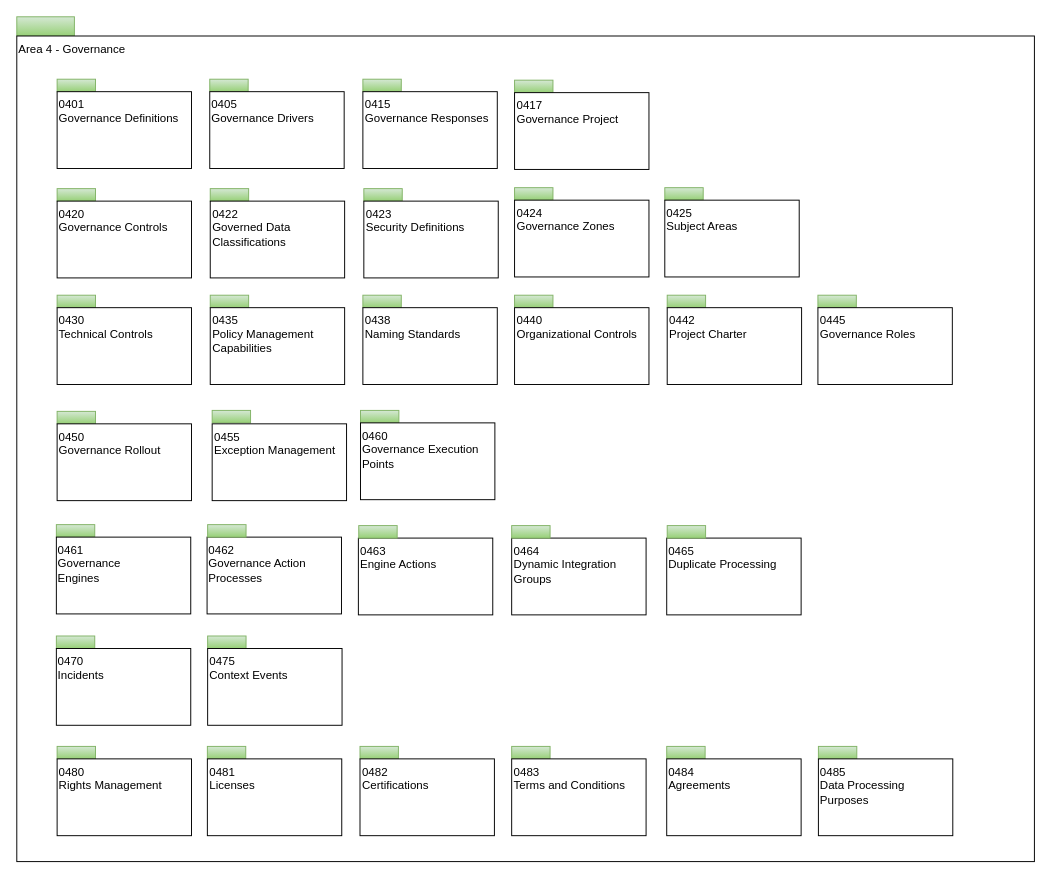
Before: page "overview" (1 of 30) of site/docs/types/4/area-4-governance.drawio in odpi/egeria-docs, a draw.io diagram. Source tidied: cells renumbered, new cells numbered last; positions are measured from the earlier drawing's top-left corner, leaving out a move shared by most shapes. Both pictures are drawn from the tidied source at 96%, with x=0, y=0 at pixel (16, 16).
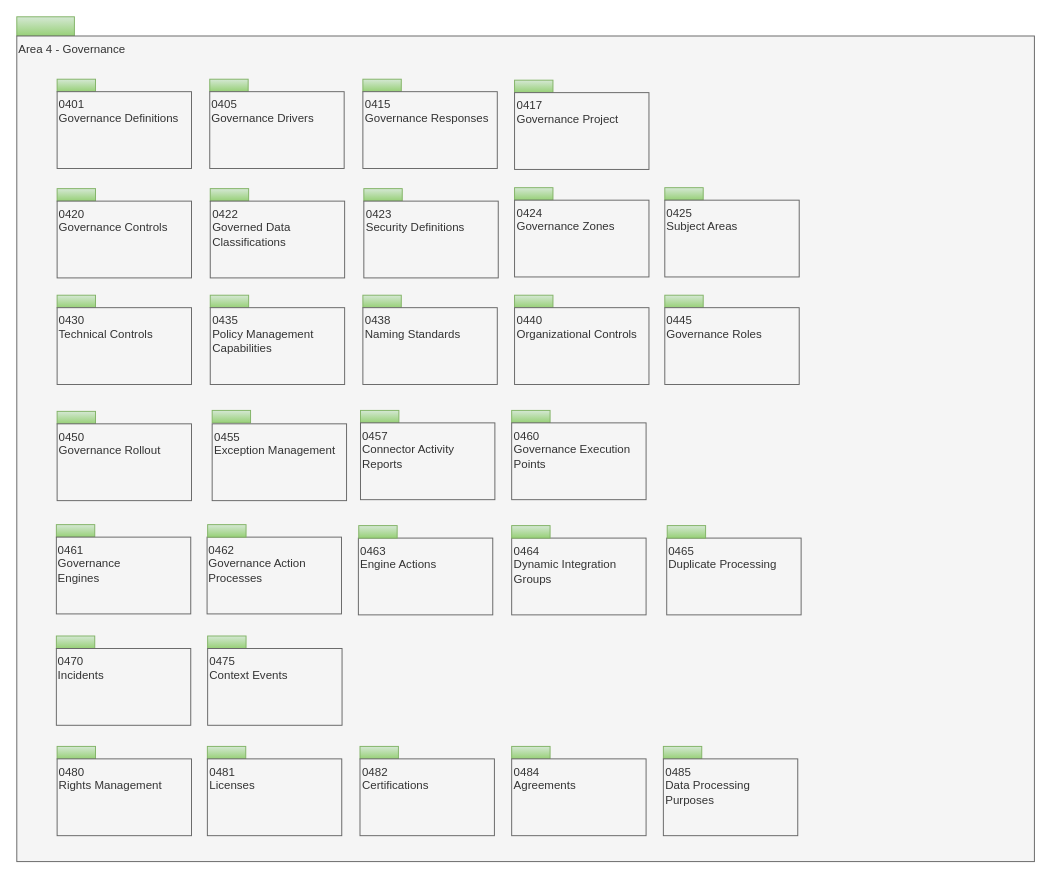
The same page after the edit.

Change to the diagram source:
```diff
@@
-    <mxCell id="3" value="Area 4 - Governance" style="rounded=0;whiteSpace=wrap;html=1;align=left;verticalAlign=top;" parent="1" vertex="1">
+    <mxCell id="3" value="Area 4 - Governance" style="rounded=0;whiteSpace=wrap;html=1;align=left;verticalAlign=top;fillColor=#f5f5f5;fontColor=#333333;strokeColor=#666666;" parent="1" vertex="1">
       <mxGeometry y="20" width="1060" height="860" as="geometry" />
     </mxCell>
@@
-    <mxCell id="5" value="0401&lt;br&gt;Governance Definitions&lt;br&gt;" style="rounded=0;whiteSpace=wrap;html=1;align=left;verticalAlign=top;" parent="1" vertex="1">
+    <mxCell id="5" value="0401&lt;br&gt;Governance Definitions&lt;br&gt;" style="rounded=0;whiteSpace=wrap;html=1;align=left;verticalAlign=top;fillColor=#f5f5f5;fontColor=#333333;strokeColor=#666666;" parent="1" vertex="1">
       <mxGeometry x="42" y="78" width="140" height="80" as="geometry" />
     </mxCell>
@@
-    <mxCell id="7" value="0405&lt;br&gt;Governance Drivers" style="rounded=0;whiteSpace=wrap;html=1;align=left;verticalAlign=top;" parent="1" vertex="1">
+    <mxCell id="7" value="0405&lt;br&gt;Governance Drivers" style="rounded=0;whiteSpace=wrap;html=1;align=left;verticalAlign=top;fillColor=#f5f5f5;fontColor=#333333;strokeColor=#666666;" parent="1" vertex="1">
       <mxGeometry x="201" y="78" width="140" height="80" as="geometry" />
     </mxCell>
@@
-    <mxCell id="9" value="0415&lt;br&gt;Governance Responses&lt;br&gt;" style="rounded=0;whiteSpace=wrap;html=1;align=left;verticalAlign=top;" parent="1" vertex="1">
+    <mxCell id="9" value="0415&lt;br&gt;Governance Responses&lt;br&gt;" style="rounded=0;whiteSpace=wrap;html=1;align=left;verticalAlign=top;fillColor=#f5f5f5;fontColor=#333333;strokeColor=#666666;" parent="1" vertex="1">
       <mxGeometry x="360.5" y="78" width="140" height="80" as="geometry" />
     </mxCell>
@@
-    <mxCell id="11" value="0417&lt;br&gt;Governance Project&lt;br&gt;" style="rounded=0;whiteSpace=wrap;html=1;align=left;verticalAlign=top;" parent="1" vertex="1">
+    <mxCell id="11" value="0417&lt;br&gt;Governance Project&lt;br&gt;" style="rounded=0;whiteSpace=wrap;html=1;align=left;verticalAlign=top;fillColor=#f5f5f5;fontColor=#333333;strokeColor=#666666;" parent="1" vertex="1">
       <mxGeometry x="518.5" y="79" width="140" height="80" as="geometry" />
     </mxCell>
@@
-    <mxCell id="13" value="0420&lt;br&gt;Governance Controls&lt;br&gt;" style="rounded=0;whiteSpace=wrap;html=1;align=left;verticalAlign=top;" parent="1" vertex="1">
+    <mxCell id="13" value="0420&lt;br&gt;Governance Controls&lt;br&gt;" style="rounded=0;whiteSpace=wrap;html=1;align=left;verticalAlign=top;fillColor=#f5f5f5;fontColor=#333333;strokeColor=#666666;" parent="1" vertex="1">
       <mxGeometry x="42" y="192" width="140" height="80" as="geometry" />
     </mxCell>
@@
-    <mxCell id="15" value="0423&lt;br&gt;Security Definitions" style="rounded=0;whiteSpace=wrap;html=1;align=left;verticalAlign=top;" parent="1" vertex="1">
+    <mxCell id="15" value="0423&lt;br&gt;Security Definitions" style="rounded=0;whiteSpace=wrap;html=1;align=left;verticalAlign=top;fillColor=#f5f5f5;fontColor=#333333;strokeColor=#666666;" parent="1" vertex="1">
       <mxGeometry x="361.5" y="192" width="140" height="80" as="geometry" />
     </mxCell>
-    <mxCell id="16" style="rounded=0;whiteSpace=wrap;html=1;align=left;fillColor=#d5e8d4;strokeColor=#82b366;gradientColor=#97d077;" parent="1" vertex="1">
-      <mxGeometry x="677.5" y="290" width="40" height="13" as="geometry" />
-    </mxCell>
-    <mxCell id="17" value="0442&lt;br&gt;Project Charter&lt;br&gt;" style="rounded=0;whiteSpace=wrap;html=1;align=left;verticalAlign=top;" parent="1" vertex="1">
-      <mxGeometry x="677.5" y="303" width="140" height="80" as="geometry" />
-    </mxCell>
@@
-    <mxCell id="19" value="0450&lt;br&gt;Governance Rollout&lt;br&gt;" style="rounded=0;whiteSpace=wrap;html=1;align=left;verticalAlign=top;" parent="1" vertex="1">
+    <mxCell id="19" value="0450&lt;br&gt;Governance Rollout&lt;br&gt;" style="rounded=0;whiteSpace=wrap;html=1;align=left;verticalAlign=top;fillColor=#f5f5f5;fontColor=#333333;strokeColor=#666666;" parent="1" vertex="1">
       <mxGeometry x="42" y="424" width="140" height="80" as="geometry" />
     </mxCell>
@@
-    <mxCell id="21" value="0455&lt;br&gt;Exception Management&lt;br&gt;" style="rounded=0;whiteSpace=wrap;html=1;align=left;verticalAlign=top;" parent="1" vertex="1">
+    <mxCell id="21" value="0455&lt;br&gt;Exception Management&lt;br&gt;" style="rounded=0;whiteSpace=wrap;html=1;align=left;verticalAlign=top;fillColor=#f5f5f5;fontColor=#333333;strokeColor=#666666;" parent="1" vertex="1">
       <mxGeometry x="203.5" y="424" width="140" height="80" as="geometry" />
     </mxCell>
@@
-    <mxCell id="23" value="0460&lt;br&gt;Governance Execution&lt;br&gt;Points" style="rounded=0;whiteSpace=wrap;html=1;align=left;verticalAlign=top;" parent="1" vertex="1">
+    <mxCell id="23" value="0457&lt;br&gt;Connector Activity Reports" style="rounded=0;whiteSpace=wrap;html=1;align=left;verticalAlign=top;fillColor=#f5f5f5;fontColor=#333333;strokeColor=#666666;" parent="1" vertex="1">
       <mxGeometry x="358" y="423" width="140" height="80" as="geometry" />
     </mxCell>
     <mxCell id="24" style="rounded=0;whiteSpace=wrap;html=1;align=left;fillColor=#d5e8d4;strokeColor=#82b366;gradientColor=#97d077;" parent="1" vertex="1">
-      <mxGeometry x="834.5" y="290" width="40" height="13" as="geometry" />
+      <mxGeometry x="675" y="290" width="40" height="13" as="geometry" />
     </mxCell>
-    <mxCell id="25" value="0445&lt;br&gt;Governance Roles&lt;br&gt;" style="rounded=0;whiteSpace=wrap;html=1;align=left;verticalAlign=top;" parent="1" vertex="1">
-      <mxGeometry x="834.5" y="303" width="140" height="80" as="geometry" />
+    <mxCell id="25" value="0445&lt;br&gt;Governance Roles&lt;br&gt;" style="rounded=0;whiteSpace=wrap;html=1;align=left;verticalAlign=top;fillColor=#f5f5f5;fontColor=#333333;strokeColor=#666666;" parent="1" vertex="1">
+      <mxGeometry x="675" y="303" width="140" height="80" as="geometry" />
     </mxCell>
@@
-    <mxCell id="27" value="0480&lt;br&gt;Rights Management&lt;br&gt;" style="rounded=0;whiteSpace=wrap;html=1;align=left;verticalAlign=top;" parent="1" vertex="1">
+    <mxCell id="27" value="0480&lt;br&gt;Rights Management&lt;br&gt;" style="rounded=0;whiteSpace=wrap;html=1;align=left;verticalAlign=top;fillColor=#f5f5f5;fontColor=#333333;strokeColor=#666666;" parent="1" vertex="1">
       <mxGeometry x="42" y="773" width="140" height="80" as="geometry" />
     </mxCell>
@@
-    <mxCell id="29" value="0481&lt;br&gt;Licenses&lt;br&gt;" style="rounded=0;whiteSpace=wrap;html=1;align=left;verticalAlign=top;" parent="1" vertex="1">
+    <mxCell id="29" value="0481&lt;br&gt;Licenses&lt;br&gt;" style="rounded=0;whiteSpace=wrap;html=1;align=left;verticalAlign=top;fillColor=#f5f5f5;fontColor=#333333;strokeColor=#666666;" parent="1" vertex="1">
       <mxGeometry x="198.5" y="773" width="140" height="80" as="geometry" />
     </mxCell>
@@
-    <mxCell id="31" value="0440&lt;br&gt;Organizational Controls&lt;br&gt;" style="rounded=0;whiteSpace=wrap;html=1;align=left;verticalAlign=top;" parent="1" vertex="1">
+    <mxCell id="31" value="0440&lt;br&gt;Organizational Controls&lt;br&gt;" style="rounded=0;whiteSpace=wrap;html=1;align=left;verticalAlign=top;fillColor=#f5f5f5;fontColor=#333333;strokeColor=#666666;" parent="1" vertex="1">
       <mxGeometry x="518.5" y="303" width="140" height="80" as="geometry" />
     </mxCell>
@@
-    <mxCell id="33" value="0482&lt;br&gt;Certifications&lt;br&gt;" style="rounded=0;whiteSpace=wrap;html=1;align=left;verticalAlign=top;" parent="1" vertex="1">
+    <mxCell id="33" value="0482&lt;br&gt;Certifications&lt;br&gt;" style="rounded=0;whiteSpace=wrap;html=1;align=left;verticalAlign=top;fillColor=#f5f5f5;fontColor=#333333;strokeColor=#666666;" parent="1" vertex="1">
       <mxGeometry x="357.5" y="773" width="140" height="80" as="geometry" />
     </mxCell>
@@
-    <mxCell id="35" value="0422&lt;br&gt;Governed Data&lt;br&gt;Classifications" style="rounded=0;whiteSpace=wrap;html=1;align=left;verticalAlign=top;" parent="1" vertex="1">
+    <mxCell id="35" value="0422&lt;br&gt;Governed Data&lt;br&gt;Classifications" style="rounded=0;whiteSpace=wrap;html=1;align=left;verticalAlign=top;fillColor=#f5f5f5;fontColor=#333333;strokeColor=#666666;" parent="1" vertex="1">
       <mxGeometry x="201.5" y="192" width="140" height="80" as="geometry" />
     </mxCell>
@@
-    <mxCell id="37" value="0424&lt;br&gt;Governance Zones&lt;br&gt;" style="rounded=0;whiteSpace=wrap;html=1;align=left;verticalAlign=top;" parent="1" vertex="1">
+    <mxCell id="37" value="0424&lt;br&gt;Governance Zones&lt;br&gt;" style="rounded=0;whiteSpace=wrap;html=1;align=left;verticalAlign=top;fillColor=#f5f5f5;fontColor=#333333;strokeColor=#666666;" parent="1" vertex="1">
       <mxGeometry x="518.5" y="191" width="140" height="80" as="geometry" />
     </mxCell>
@@
-    <mxCell id="39" value="0425&lt;br&gt;Subject Areas" style="rounded=0;whiteSpace=wrap;html=1;align=left;verticalAlign=top;" parent="1" vertex="1">
+    <mxCell id="39" value="0425&lt;br&gt;Subject Areas" style="rounded=0;whiteSpace=wrap;html=1;align=left;verticalAlign=top;fillColor=#f5f5f5;fontColor=#333333;strokeColor=#666666;" parent="1" vertex="1">
       <mxGeometry x="675" y="191" width="140" height="80" as="geometry" />
     </mxCell>
@@
-    <mxCell id="41" value="0462&lt;br&gt;Governance Action&lt;br&gt;Processes" style="rounded=0;whiteSpace=wrap;html=1;align=left;verticalAlign=top;" parent="1" vertex="1">
+    <mxCell id="41" value="0462&lt;br&gt;Governance Action&lt;br&gt;Processes" style="rounded=0;whiteSpace=wrap;html=1;align=left;verticalAlign=top;fillColor=#f5f5f5;fontColor=#333333;strokeColor=#666666;" parent="1" vertex="1">
       <mxGeometry x="198.2" y="542" width="140" height="80" as="geometry" />
     </mxCell>
     <mxCell id="42" style="rounded=0;whiteSpace=wrap;html=1;align=left;fillColor=#d5e8d4;strokeColor=#82b366;gradientColor=#97d077;" parent="1" vertex="1">
-      <mxGeometry x="835" y="760" width="40" height="13" as="geometry" />
+      <mxGeometry x="673.5" y="760" width="40" height="13" as="geometry" />
     </mxCell>
-    <mxCell id="43" value="0485&lt;br&gt;Data Processing&lt;br&gt;Purposes" style="rounded=0;whiteSpace=wrap;html=1;align=left;verticalAlign=top;" parent="1" vertex="1">
-      <mxGeometry x="835" y="773" width="140" height="80" as="geometry" />
+    <mxCell id="43" value="0485&lt;br&gt;Data Processing&lt;br&gt;Purposes" style="rounded=0;whiteSpace=wrap;html=1;align=left;verticalAlign=top;fillColor=#f5f5f5;fontColor=#333333;strokeColor=#666666;" parent="1" vertex="1">
+      <mxGeometry x="673.5" y="773" width="140" height="80" as="geometry" />
     </mxCell>
@@
-    <mxCell id="46" value="0435&lt;br&gt;Policy Management Capabilities" style="rounded=0;whiteSpace=wrap;html=1;align=left;verticalAlign=top;" parent="1" vertex="1">
+    <mxCell id="46" value="0435&lt;br&gt;Policy Management Capabilities" style="rounded=0;whiteSpace=wrap;html=1;align=left;verticalAlign=top;fillColor=#f5f5f5;fontColor=#333333;strokeColor=#666666;" parent="1" vertex="1">
       <mxGeometry x="201.5" y="303" width="140" height="80" as="geometry" />
     </mxCell>
@@
-    <mxCell id="48" value="0430&lt;br&gt;Technical Controls" style="rounded=0;whiteSpace=wrap;html=1;align=left;verticalAlign=top;" parent="1" vertex="1">
+    <mxCell id="48" value="0430&lt;br&gt;Technical Controls" style="rounded=0;whiteSpace=wrap;html=1;align=left;verticalAlign=top;fillColor=#f5f5f5;fontColor=#333333;strokeColor=#666666;" parent="1" vertex="1">
       <mxGeometry x="42" y="303" width="140" height="80" as="geometry" />
     </mxCell>
@@
-    <mxCell id="50" value="0438&lt;br&gt;Naming Standards" style="rounded=0;whiteSpace=wrap;html=1;align=left;verticalAlign=top;" parent="1" vertex="1">
+    <mxCell id="50" value="0438&lt;br&gt;Naming Standards" style="rounded=0;whiteSpace=wrap;html=1;align=left;verticalAlign=top;fillColor=#f5f5f5;fontColor=#333333;strokeColor=#666666;" parent="1" vertex="1">
       <mxGeometry x="360.5" y="303" width="140" height="80" as="geometry" />
     </mxCell>
@@
-    <mxCell id="52" value="0461&lt;br&gt;Governance&lt;br&gt;Engines" style="rounded=0;whiteSpace=wrap;html=1;align=left;verticalAlign=top;" parent="1" vertex="1">
+    <mxCell id="52" value="0461&lt;br&gt;Governance&lt;br&gt;Engines" style="rounded=0;whiteSpace=wrap;html=1;align=left;verticalAlign=top;fillColor=#f5f5f5;fontColor=#333333;strokeColor=#666666;" parent="1" vertex="1">
       <mxGeometry x="41.2" y="542" width="140" height="80" as="geometry" />
     </mxCell>
@@
-    <mxCell id="54" value="0470&lt;br&gt;Incidents" style="rounded=0;whiteSpace=wrap;html=1;align=left;verticalAlign=top;" parent="1" vertex="1">
+    <mxCell id="54" value="0470&lt;br&gt;Incidents" style="rounded=0;whiteSpace=wrap;html=1;align=left;verticalAlign=top;fillColor=#f5f5f5;fontColor=#333333;strokeColor=#666666;" parent="1" vertex="1">
       <mxGeometry x="41.2" y="658" width="140" height="80" as="geometry" />
     </mxCell>
-    <mxCell id="55" value="0463&lt;br&gt;Engine Actions" style="rounded=0;whiteSpace=wrap;html=1;align=left;verticalAlign=top;" parent="1" vertex="1">
+    <mxCell id="55" value="0463&lt;br&gt;Engine Actions" style="rounded=0;whiteSpace=wrap;html=1;align=left;verticalAlign=top;fillColor=#f5f5f5;fontColor=#333333;strokeColor=#666666;" parent="1" vertex="1">
       <mxGeometry x="355.8" y="543" width="140" height="80" as="geometry" />
     </mxCell>
@@
-    <mxCell id="57" value="0465&lt;br&gt;Duplicate Processing" style="rounded=0;whiteSpace=wrap;html=1;align=left;verticalAlign=top;" parent="1" vertex="1">
+    <mxCell id="57" value="0465&lt;br&gt;Duplicate Processing" style="rounded=0;whiteSpace=wrap;html=1;align=left;verticalAlign=top;fillColor=#f5f5f5;fontColor=#333333;strokeColor=#666666;" parent="1" vertex="1">
       <mxGeometry x="677" y="543" width="140" height="80" as="geometry" />
     </mxCell>
@@
-    <mxCell id="59" style="rounded=0;whiteSpace=wrap;html=1;align=left;fillColor=#d5e8d4;strokeColor=#82b366;gradientColor=#97d077;" parent="1" vertex="1">
-      <mxGeometry x="515.5" y="760" width="40" height="13" as="geometry" />
-    </mxCell>
-    <mxCell id="60" value="0483&lt;br&gt;Terms and Conditions" style="rounded=0;whiteSpace=wrap;html=1;align=left;verticalAlign=top;" parent="1" vertex="1">
-      <mxGeometry x="515.5" y="773" width="140" height="80" as="geometry" />
-    </mxCell>
     <mxCell id="61" style="rounded=0;whiteSpace=wrap;html=1;align=left;fillColor=#d5e8d4;strokeColor=#82b366;gradientColor=#97d077;" parent="1" vertex="1">
-      <mxGeometry x="677" y="760" width="40" height="13" as="geometry" />
+      <mxGeometry x="515.5" y="760" width="40" height="13" as="geometry" />
     </mxCell>
-    <mxCell id="62" value="0484&lt;br&gt;Agreements" style="rounded=0;whiteSpace=wrap;html=1;align=left;verticalAlign=top;" parent="1" vertex="1">
-      <mxGeometry x="677" y="773" width="140" height="80" as="geometry" />
+    <mxCell id="62" value="0484&lt;br&gt;Agreements" style="rounded=0;whiteSpace=wrap;html=1;align=left;verticalAlign=top;fillColor=#f5f5f5;fontColor=#333333;strokeColor=#666666;" parent="1" vertex="1">
+      <mxGeometry x="515.5" y="773" width="140" height="80" as="geometry" />
     </mxCell>
-    <mxCell id="63" value="0464&lt;br&gt;Dynamic Integration Groups" style="rounded=0;whiteSpace=wrap;html=1;align=left;verticalAlign=top;" parent="1" vertex="1">
+    <mxCell id="63" value="0464&lt;br&gt;Dynamic Integration Groups" style="rounded=0;whiteSpace=wrap;html=1;align=left;verticalAlign=top;fillColor=#f5f5f5;fontColor=#333333;strokeColor=#666666;" parent="1" vertex="1">
       <mxGeometry x="515.5" y="543" width="140" height="80" as="geometry" />
     </mxCell>
@@
-    <mxCell id="66" value="0475&lt;br&gt;Context Events" style="rounded=0;whiteSpace=wrap;html=1;align=left;verticalAlign=top;" parent="1" vertex="1">
+    <mxCell id="66" value="0475&lt;br&gt;Context Events" style="rounded=0;whiteSpace=wrap;html=1;align=left;verticalAlign=top;fillColor=#f5f5f5;fontColor=#333333;strokeColor=#666666;" parent="1" vertex="1">
       <mxGeometry x="198.8" y="658" width="140" height="80" as="geometry" />
     </mxCell>
+    <mxCell id="67" style="rounded=0;whiteSpace=wrap;html=1;align=left;fillColor=#d5e8d4;strokeColor=#82b366;gradientColor=#97d077;" parent="1" vertex="1">
+      <mxGeometry x="515.5" y="410" width="40" height="13" as="geometry" />
+    </mxCell>
+    <mxCell id="68" value="0460&lt;br&gt;Governance Execution&lt;br&gt;Points" style="rounded=0;whiteSpace=wrap;html=1;align=left;verticalAlign=top;fillColor=#f5f5f5;fontColor=#333333;strokeColor=#666666;" parent="1" vertex="1">
+      <mxGeometry x="515.5" y="423" width="140" height="80" as="geometry" />
+    </mxCell>
```
